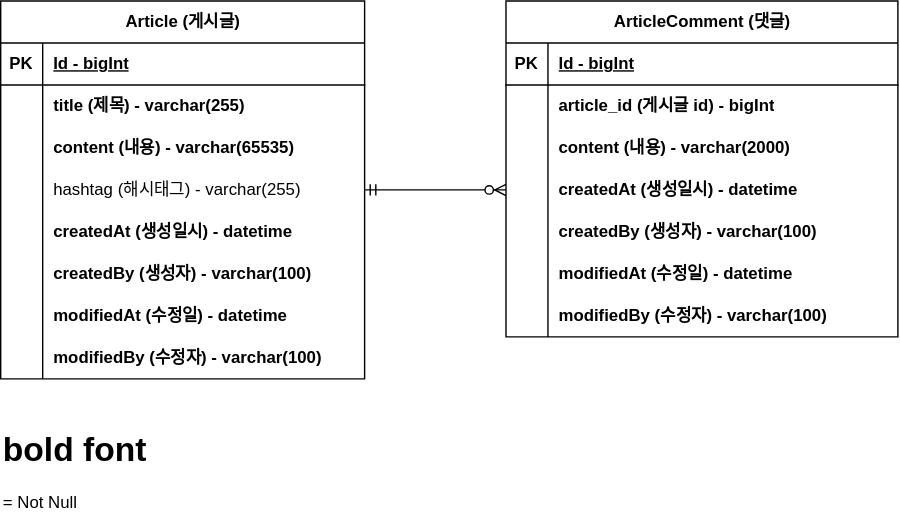
The draw.io diagram documents/project-board-erd.svg in Qussong/project_NoticeBoard_Java-SpringBoot, before a commit. Source tidied: cells renumbered, new cells last; positions are measured from the earlier drawing's top-left corner, leaving out a move shared by most shapes.
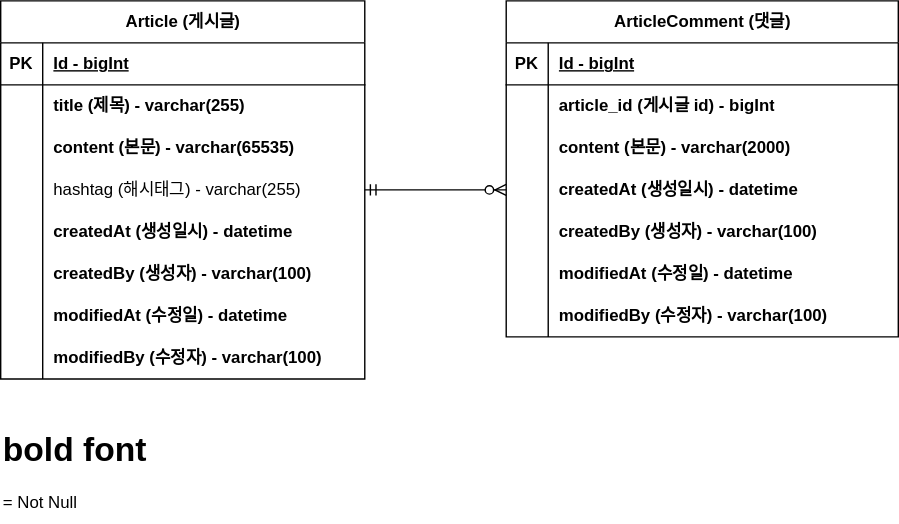
After the commit.

Commit message:
#12 - erd 주석 업데이트

Diff of the diagram source:
```diff
@@ -1,4 +1,4 @@
-<mxGraphModel>
+<mxGraphModel background="#ffffff">
   <root>
     <mxCell id="0" />
     <mxCell id="1" parent="0" />
@@ -29,7 +29,7 @@
     <mxCell id="10" style="shape=partialRectangle;fillColor=none;top=0;left=0;bottom=0;right=0;overflow=hidden;whiteSpace=wrap;html=1;fontStyle=1;" parent="9" vertex="1">
       <mxGeometry width="30" height="30" as="geometry" />
     </mxCell>
-    <mxCell id="11" value="content (내용) - varchar(65535)" style="shape=partialRectangle;fillColor=none;top=0;left=0;bottom=0;right=0;align=left;spacingLeft=6;overflow=hidden;whiteSpace=wrap;html=1;fontStyle=1;" parent="9" vertex="1">
+    <mxCell id="11" value="content (본문) - varchar(65535)" style="shape=partialRectangle;fillColor=none;top=0;left=0;bottom=0;right=0;align=left;spacingLeft=6;overflow=hidden;whiteSpace=wrap;html=1;fontStyle=1;" parent="9" vertex="1">
       <mxGeometry x="30" width="230" height="30" as="geometry" />
     </mxCell>
     <mxCell id="12" style="shape=tableRow;horizontal=0;startSize=0;swimlaneHead=0;swimlaneBody=0;fillColor=none;points=[[0,0.5],[1,0.5]];portConstraint=eastwest;top=0;left=0;right=0;bottom=0;fontStyle=1;" parent="2" vertex="1">
@@ -104,7 +104,7 @@
     <mxCell id="35" style="shape=partialRectangle;fillColor=none;top=0;left=0;bottom=0;right=0;overflow=hidden;whiteSpace=wrap;html=1;fontStyle=1;" parent="34" vertex="1">
       <mxGeometry width="30" height="30" as="geometry" />
     </mxCell>
-    <mxCell id="36" value="content (내용) - varchar(2000)" style="shape=partialRectangle;fillColor=none;top=0;left=0;bottom=0;right=0;align=left;spacingLeft=6;overflow=hidden;whiteSpace=wrap;html=1;fontStyle=1;" parent="34" vertex="1">
+    <mxCell id="36" value="content (본문) - varchar(2000)" style="shape=partialRectangle;fillColor=none;top=0;left=0;bottom=0;right=0;align=left;spacingLeft=6;overflow=hidden;whiteSpace=wrap;html=1;fontStyle=1;" parent="34" vertex="1">
       <mxGeometry x="30" width="250" height="30" as="geometry" />
     </mxCell>
     <mxCell id="37" style="shape=tableRow;horizontal=0;startSize=0;swimlaneHead=0;swimlaneBody=0;fillColor=none;points=[[0,0.5],[1,0.5]];portConstraint=eastwest;top=0;left=0;right=0;bottom=0;fontStyle=1;" parent="27" vertex="1">
```
